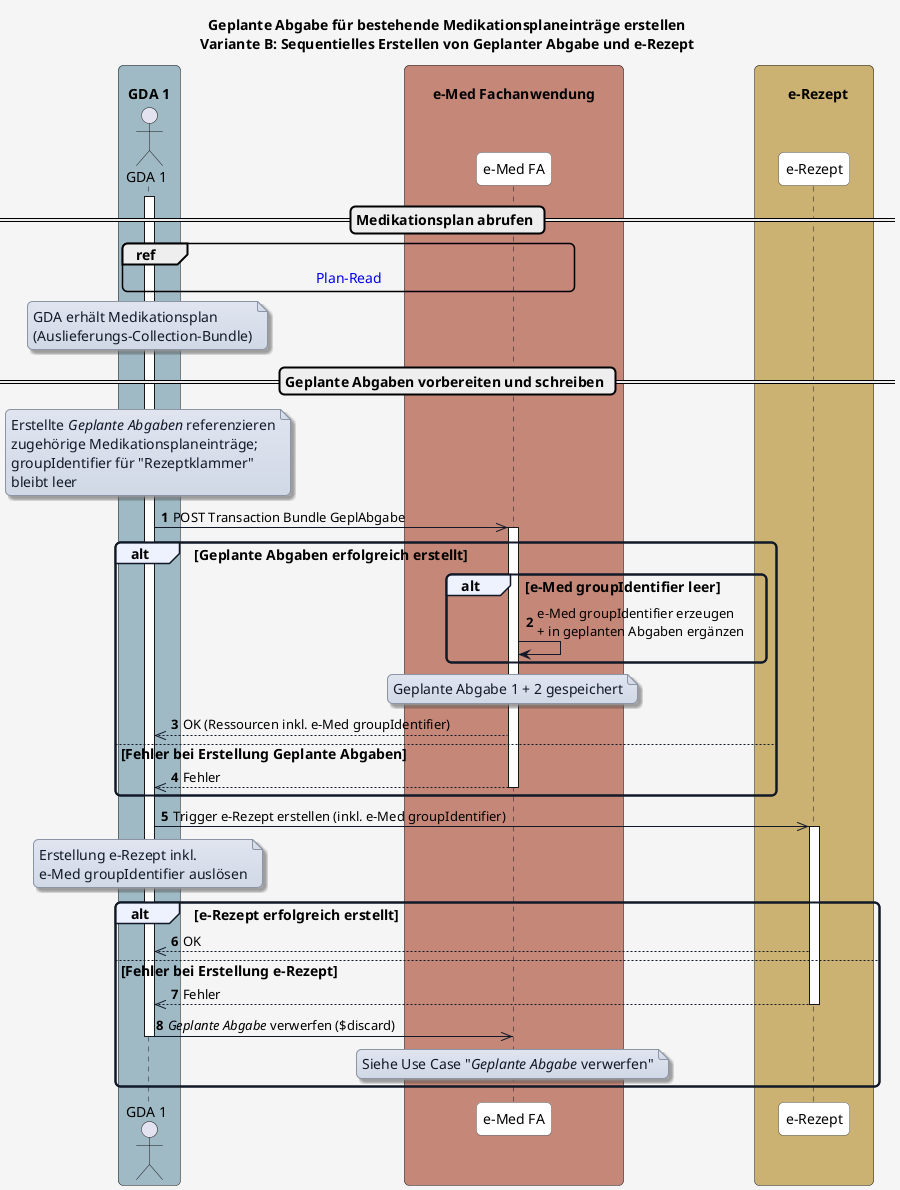
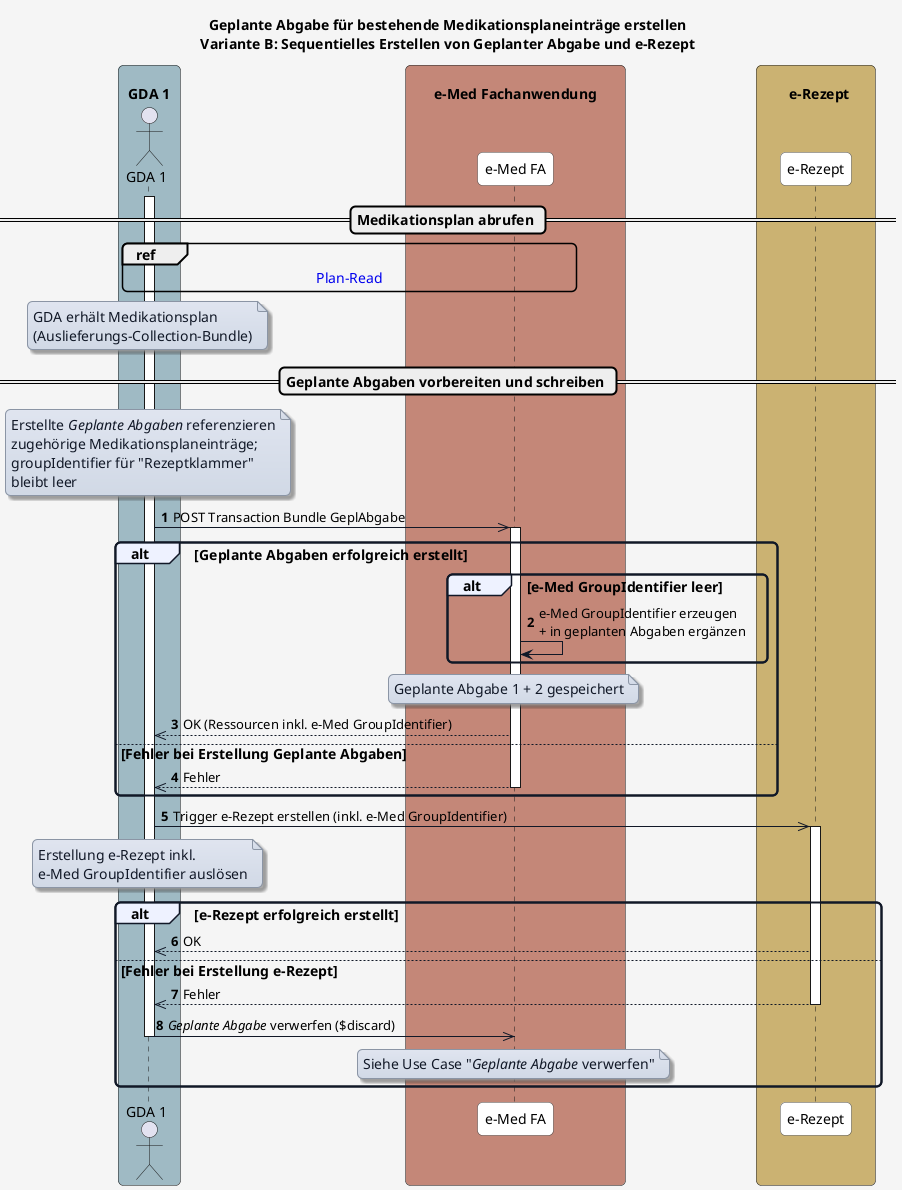
@startuml

title Geplante Abgabe für bestehende Medikationsplaneinträge erstellen\nVariante B: Sequentielles Erstellen von Geplanter Abgabe und e-Rezept

skinparam borderColor #000000
skinparam backgroundColor #f5f5f5
skinparam shadowing false
skinparam roundCorner 10
skinparam defaultFontName "Arial"
skinparam defaultFontSize 14
skinparam defaultFontColor #000000

skinparam note {
  BackgroundColor #e0e5f0-#d1d9e6
  BorderColor #8b95a5
  BorderThickness 1
  RoundCorner 8
  Padding 6
  FontColor #111827
  Shadowing true
}

skinparam HyperlinkColor #0000EE
skinparam HyperlinkUnderline false

skinparam sequence {
  ParticipantBorderColor #555555
  ParticipantBackgroundColor #ffffff
  ParticipantFontColor #000000
  ParticipantFontSize 14
  ParticipantPadding 20
  ArrowColor #111827
  ArrowThickness 1
  ArrowFontColor #000000
  ArrowFontSize 13
  GroupBorderColor #111827
  GroupBackgroundColor #eef2ff
  GroupBorderThickness 2
}

skinparam BoxPadding 20
skinparam BoxBorderColor #555555

box "\n  GDA 1  " #9fbac4
  actor GDA_1 as "GDA 1"
end box

box "\n       e-Med Fachanwendung       " #C48778
  participant eMed_FA as "e-Med FA"
end box

box "\n    e-Rezept  " #cbb272
  participant e_Rezept as "e-Rezept"
end box

autonumber

== Medikationsplan abrufen ==

activate GDA_1
ref over GDA_1, eMed_FA : [[interactions.html#sequenzdiagramm-plan-read Plan-Read]]

note over GDA_1
GDA erhält Medikationsplan
(Auslieferungs-Collection-Bundle)
end note

== Geplante Abgaben vorbereiten und schreiben ==

note over GDA_1
Erstellte <i>Geplante Abgaben</i> referenzieren
zugehörige Medikationsplaneinträge;
groupIdentifier für "Rezeptklammer"
bleibt leer
end note

GDA_1 ->> eMed_FA: POST Transaction Bundle GeplAbgabe
activate eMed_FA

alt Geplante Abgaben erfolgreich erstellt

-   alt e-Med groupIdentifier leer
-     eMed_FA -> eMed_FA: e-Med groupIdentifier erzeugen\n+ in geplanten Abgaben ergänzen
+   alt e-Med GroupIdentifier leer
+     eMed_FA -> eMed_FA: e-Med GroupIdentifier erzeugen\n+ in geplanten Abgaben ergänzen
  end

  note over eMed_FA
  Geplante Abgabe 1 + 2 gespeichert
  end note

-   eMed_FA -->> GDA_1: OK (Ressourcen inkl. e-Med groupIdentifier)
+   eMed_FA -->> GDA_1: OK (Ressourcen inkl. e-Med GroupIdentifier)


else Fehler bei Erstellung Geplante Abgaben
  eMed_FA -->> GDA_1: Fehler
  deactivate eMed_FA

end

- GDA_1 ->> e_Rezept: Trigger e-Rezept erstellen (inkl. e-Med groupIdentifier)
+ GDA_1 ->> e_Rezept: Trigger e-Rezept erstellen (inkl. e-Med GroupIdentifier)
note over GDA_1
Erstellung e-Rezept inkl.
- e-Med groupIdentifier auslösen
+ e-Med GroupIdentifier auslösen
end note
activate e_Rezept

alt e-Rezept erfolgreich erstellt
  e_Rezept -->> GDA_1: OK

else Fehler bei Erstellung e-Rezept
  e_Rezept -->> GDA_1: Fehler
  deactivate e_Rezept
  GDA_1 ->> eMed_FA: <i>Geplante Abgabe</i> verwerfen ($discard)

  note over eMed_FA
  Siehe Use Case "<i>Geplante Abgabe</i> verwerfen"
  end note
  deactivate GDA_1
end

@enduml